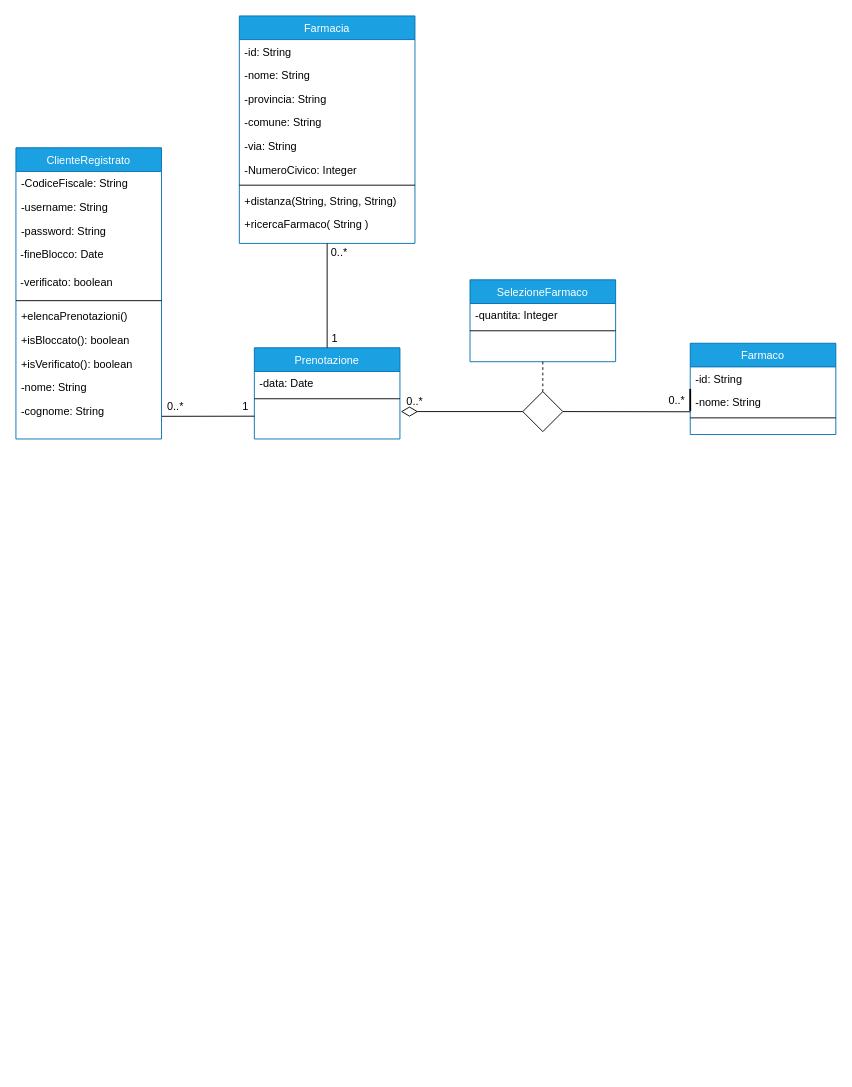
The draw.io diagram page "DominioCliente" (1 of 3) of drawio/DettaglioCliente.drawio in lnwor/farmabyte-doc, before the edit. Source tidied: cells renumbered, new cells numbered last; positions are measured from the earlier drawing's top-left corner, leaving out a move shared by most shapes. Both pictures are drawn from the tidied source at 91%, with x=0, y=0 at pixel (15, 15).
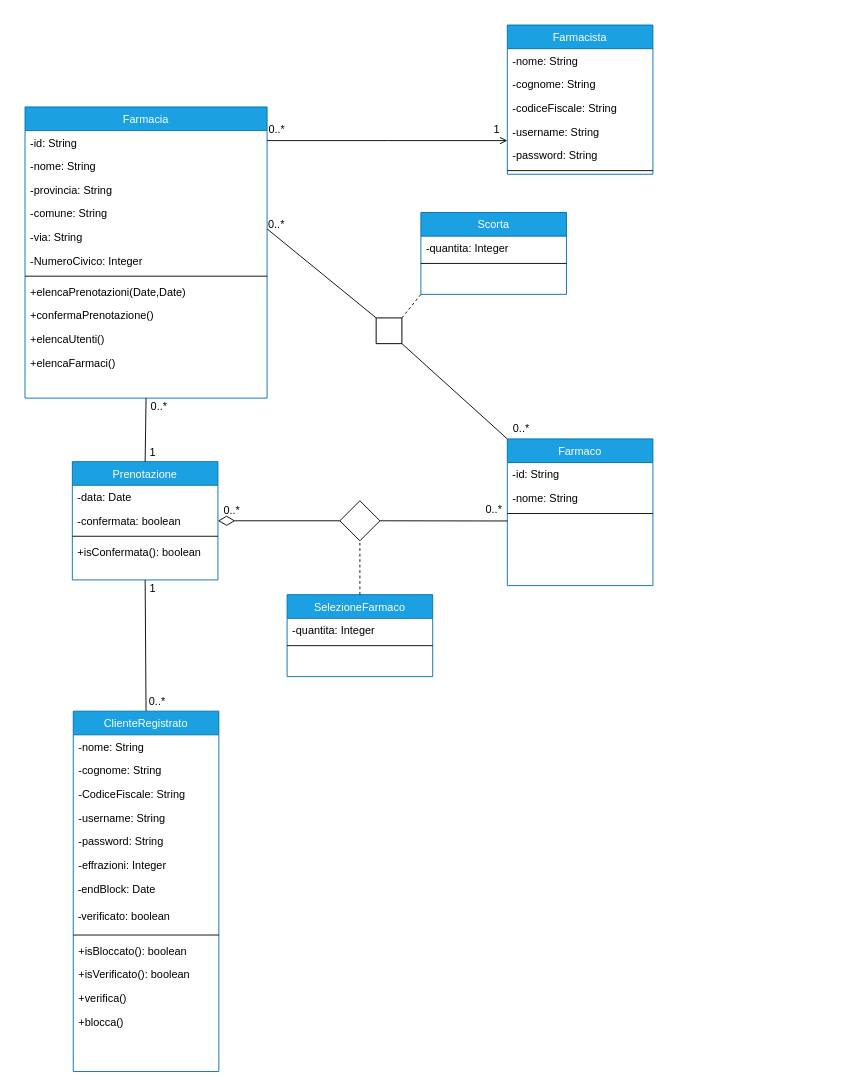
The same diagram, later.

The edit, as a diff of the source:
```diff
@@
     <mxCell id="2" value="Farmacia" style="swimlane;fontStyle=0;align=center;verticalAlign=top;horizontal=1;startSize=26;rounded=0;shadow=0;strokeWidth=1;fillColor=#1ba1e2;strokeColor=#006EAF;fontColor=#ffffff;" parent="1" vertex="1">
-      <mxGeometry x="245.5" width="193" height="250" as="geometry" />
+      <mxGeometry x="10" y="100" width="266" height="320" as="geometry" />
     </mxCell>
     <mxCell id="3" value="-id: String" style="text;align=left;verticalAlign=top;spacingLeft=4;spacingRight=4;overflow=hidden;" parent="2" vertex="1">
-      <mxGeometry y="26" width="193" height="26" as="geometry" />
+      <mxGeometry y="26" width="266" height="26" as="geometry" />
     </mxCell>
-    <mxCell id="4" value="-nome: String&#10;" style="text;align=left;verticalAlign=top;spacingLeft=4;spacingRight=4;overflow=hidden;" parent="2" vertex="1">
-      <mxGeometry y="52" width="193" height="26" as="geometry" />
-    </mxCell>
+    <mxCell id="47" value="-nome: String&#10;" style="text;align=left;verticalAlign=top;spacingLeft=4;spacingRight=4;overflow=hidden;" parent="2" vertex="1">
+      <mxGeometry y="52" width="266" height="26" as="geometry" />
+    </mxCell>
     <mxCell id="5" value="-provincia: String" style="text;align=left;verticalAlign=top;spacingLeft=4;spacingRight=4;overflow=hidden;rounded=0;shadow=0;html=0;" parent="2" vertex="1">
-      <mxGeometry y="78" width="193" height="26" as="geometry" />
+      <mxGeometry y="78" width="266" height="26" as="geometry" />
     </mxCell>
     <mxCell id="6" value="-comune: String" style="text;align=left;verticalAlign=top;spacingLeft=4;spacingRight=4;overflow=hidden;rounded=0;shadow=0;html=0;" parent="2" vertex="1">
-      <mxGeometry y="104" width="193" height="26" as="geometry" />
+      <mxGeometry y="104" width="266" height="26" as="geometry" />
     </mxCell>
     <mxCell id="7" value="-via: String" style="text;align=left;verticalAlign=top;spacingLeft=4;spacingRight=4;overflow=hidden;" parent="2" vertex="1">
-      <mxGeometry y="130" width="193" height="26" as="geometry" />
+      <mxGeometry y="130" width="266" height="26" as="geometry" />
     </mxCell>
     <mxCell id="8" value="-NumeroCivico: Integer" style="text;align=left;verticalAlign=top;spacingLeft=4;spacingRight=4;overflow=hidden;" parent="2" vertex="1">
-      <mxGeometry y="156" width="193" height="26" as="geometry" />
+      <mxGeometry y="156" width="266" height="26" as="geometry" />
     </mxCell>
-    <mxCell id="9" style="line;html=1;strokeWidth=1;align=left;verticalAlign=middle;spacingTop=-1;spacingLeft=3;spacingRight=3;labelPosition=right;" parent="2" vertex="1">
-      <mxGeometry y="182" width="193" height="8" as="geometry" />
-    </mxCell>
-    <mxCell id="10" value="+distanza(String, String, String) " style="text;align=left;verticalAlign=top;spacingLeft=4;spacingRight=4;overflow=hidden;" parent="2" vertex="1">
-      <mxGeometry y="190" width="193" height="26" as="geometry" />
-    </mxCell>
-    <mxCell id="11" value="+ricercaFarmaco( String ) " style="text;align=left;verticalAlign=top;spacingLeft=4;spacingRight=4;overflow=hidden;" parent="2" vertex="1">
-      <mxGeometry y="216" width="193" height="26" as="geometry" />
-    </mxCell>
+    <mxCell id="48" style="line;html=1;strokeWidth=1;align=left;verticalAlign=middle;spacingTop=-1;spacingLeft=3;spacingRight=3;labelPosition=right;" parent="2" vertex="1">
+      <mxGeometry y="182" width="266" height="8" as="geometry" />
+    </mxCell>
+    <mxCell id="49" value="+elencaPrenotazioni(Date,Date)" style="text;align=left;verticalAlign=top;spacingLeft=4;spacingRight=4;overflow=hidden;" parent="2" vertex="1">
+      <mxGeometry y="190" width="266" height="26" as="geometry" />
+    </mxCell>
+    <mxCell id="50" value="+confermaPrenotazione()" style="text;align=left;verticalAlign=top;spacingLeft=4;spacingRight=4;overflow=hidden;" parent="2" vertex="1">
+      <mxGeometry y="216" width="266" height="26" as="geometry" />
+    </mxCell>
+    <mxCell id="51" value="+elencaUtenti()" style="text;align=left;verticalAlign=top;spacingLeft=4;spacingRight=4;overflow=hidden;" parent="2" vertex="1">
+      <mxGeometry y="242" width="266" height="26" as="geometry" />
+    </mxCell>
+    <mxCell id="52" value="+elencaFarmaci()" style="text;align=left;verticalAlign=top;spacingLeft=4;spacingRight=4;overflow=hidden;" parent="2" vertex="1">
+      <mxGeometry y="268" width="266" height="26" as="geometry" />
+    </mxCell>
+    <mxCell id="53" value="Farmacista" style="swimlane;fontStyle=0;align=center;verticalAlign=top;horizontal=1;startSize=26;rounded=0;shadow=0;strokeWidth=1;fillColor=#1ba1e2;strokeColor=#006EAF;fontColor=#ffffff;" parent="1" vertex="1">
+      <mxGeometry x="540" y="10" width="160" height="164" as="geometry" />
+    </mxCell>
+    <mxCell id="54" value="-nome: String" style="text;align=left;verticalAlign=top;spacingLeft=4;spacingRight=4;overflow=hidden;" parent="53" vertex="1">
+      <mxGeometry y="26" width="160" height="26" as="geometry" />
+    </mxCell>
+    <mxCell id="55" value="-cognome: String" style="text;align=left;verticalAlign=top;spacingLeft=4;spacingRight=4;overflow=hidden;rounded=0;shadow=0;html=0;" parent="53" vertex="1">
+      <mxGeometry y="52" width="160" height="26" as="geometry" />
+    </mxCell>
+    <mxCell id="56" value="-codiceFiscale: String" style="text;align=left;verticalAlign=top;spacingLeft=4;spacingRight=4;overflow=hidden;rounded=0;shadow=0;html=0;" parent="53" vertex="1">
+      <mxGeometry y="78" width="160" height="26" as="geometry" />
+    </mxCell>
+    <mxCell id="57" value="-username: String" style="text;align=left;verticalAlign=top;spacingLeft=4;spacingRight=4;overflow=hidden;" parent="53" vertex="1">
+      <mxGeometry y="104" width="160" height="26" as="geometry" />
+    </mxCell>
+    <mxCell id="58" value="-password: String" style="text;align=left;verticalAlign=top;spacingLeft=4;spacingRight=4;overflow=hidden;" parent="53" vertex="1">
+      <mxGeometry y="130" width="160" height="26" as="geometry" />
+    </mxCell>
+    <mxCell id="59" style="line;html=1;strokeWidth=1;align=left;verticalAlign=middle;spacingTop=-1;spacingLeft=3;spacingRight=3;labelPosition=right;" parent="53" vertex="1">
+      <mxGeometry y="156" width="160" height="8" as="geometry" />
+    </mxCell>
+    <mxCell id="60" style="endArrow=open;shadow=0;strokeWidth=1;rounded=0;endFill=1;edgeStyle=elbowEdgeStyle;elbow=vertical;" parent="1" edge="1" source="2" target="53">
+      <mxGeometry x="0.5" y="41" relative="1" as="geometry">
+        <mxPoint x="-40" y="32" as="offset" />
+      </mxGeometry>
+    </mxCell>
+    <mxCell id="61" value="0..*" style="align=left;verticalAlign=bottom;labelBackgroundColor=none;fontSize=12;" parent="60" vertex="1">
+      <mxGeometry x="-1" relative="1" as="geometry">
+        <mxPoint y="-4" as="offset" />
+      </mxGeometry>
+    </mxCell>
+    <mxCell id="62" value="1" style="align=right;verticalAlign=bottom;labelBackgroundColor=none;fontSize=12;" parent="60" vertex="1">
+      <mxGeometry x="1" relative="1" as="geometry">
+        <mxPoint x="-7" y="-4" as="offset" />
+      </mxGeometry>
+    </mxCell>
     <mxCell id="12" value="Farmaco" style="swimlane;fontStyle=0;align=center;verticalAlign=top;horizontal=1;startSize=26;rounded=0;shadow=0;strokeWidth=1;fillColor=#1ba1e2;strokeColor=#006EAF;fontColor=#ffffff;" parent="1" vertex="1">
-      <mxGeometry x="741" y="359.7" width="160" height="100.3" as="geometry" />
+      <mxGeometry x="540" y="464.8" width="160" height="161.2" as="geometry" />
     </mxCell>
@@
-    <mxCell id="15" style="line;html=1;strokeWidth=1;align=left;verticalAlign=middle;spacingTop=-1;spacingLeft=3;spacingRight=3;labelPosition=right;" parent="12" vertex="1">
-      <mxGeometry y="78" width="160" height="8" as="geometry" />
-    </mxCell>
+    <mxCell id="63" style="line;html=1;strokeWidth=1;align=left;verticalAlign=middle;spacingTop=-1;spacingLeft=3;spacingRight=3;labelPosition=right;" parent="12" vertex="1">
+      <mxGeometry y="78" width="160" height="8" as="geometry" />
+    </mxCell>
     <mxCell id="16" value="Prenotazione" style="swimlane;fontStyle=0;align=center;verticalAlign=top;horizontal=1;startSize=26;rounded=0;shadow=0;strokeWidth=1;fillColor=#1ba1e2;strokeColor=#006EAF;fontColor=#ffffff;" parent="1" vertex="1">
-      <mxGeometry x="262" y="364.7" width="160" height="100.2" as="geometry" />
+      <mxGeometry x="62" y="489.8" width="160" height="130" as="geometry" />
     </mxCell>
@@
-    <mxCell id="18" style="line;html=1;strokeWidth=1;align=left;verticalAlign=middle;spacingTop=-1;spacingLeft=3;spacingRight=3;labelPosition=right;" parent="16" vertex="1">
-      <mxGeometry y="52" width="160" height="8" as="geometry" />
-    </mxCell>
+    <mxCell id="64" value="-confermata: boolean" style="text;align=left;verticalAlign=top;spacingLeft=4;spacingRight=4;overflow=hidden;" parent="16" vertex="1">
+      <mxGeometry y="52" width="160" height="26" as="geometry" />
+    </mxCell>
+    <mxCell id="65" style="line;html=1;strokeWidth=1;align=left;verticalAlign=middle;spacingTop=-1;spacingLeft=3;spacingRight=3;labelPosition=right;" parent="16" vertex="1">
+      <mxGeometry y="78" width="160" height="8" as="geometry" />
+    </mxCell>
+    <mxCell id="66" value="+isConfermata(): boolean" style="text;align=left;verticalAlign=top;spacingLeft=4;spacingRight=4;overflow=hidden;" parent="16" vertex="1">
+      <mxGeometry y="86" width="160" height="26" as="geometry" />
+    </mxCell>
@@
-    <mxCell id="20" style="endArrow=none;html=1;endFill=0;entryX=0;entryY=0.75;entryDx=0;entryDy=0;" parent="1" edge="1" target="16">
-      <mxGeometry relative="1" as="geometry">
-        <mxPoint x="160" y="440" as="sourcePoint" />
-      </mxGeometry>
-    </mxCell>
-    <mxCell id="21" style="endArrow=none;html=1;exitX=1;exitY=0.5;exitDx=0;exitDy=0;entryX=0;entryY=0.5;entryDx=0;entryDy=0;endFill=0;startSize=12;strokeWidth=2;startArrow=none;startFill=0;" parent="1" edge="1" target="12">
-      <mxGeometry relative="1" as="geometry">
-        <mxPoint x="741" y="434" as="sourcePoint" />
-      </mxGeometry>
-    </mxCell>
-    <mxCell id="22" value="1" style="text;html=1;align=center;verticalAlign=middle;strokeColor=none;" parent="1" vertex="1">
-      <mxGeometry x="340" y="344.7" width="20" height="20" as="geometry" />
-    </mxCell>
-    <mxCell id="23" value="1" style="text;html=1;align=center;verticalAlign=middle;strokeColor=none;" parent="1" vertex="1">
-      <mxGeometry x="242" y="420" width="20" height="20" as="geometry" />
-    </mxCell>
-    <mxCell id="24" value="0..*" style="text;html=1;align=center;verticalAlign=middle;strokeColor=none;" parent="1" vertex="1">
-      <mxGeometry x="160" y="420" width="30" height="20" as="geometry" />
-    </mxCell>
-    <mxCell id="25" value="0..*" style="text;html=1;align=center;verticalAlign=middle;strokeColor=none;" parent="1" vertex="1">
-      <mxGeometry x="423" y="414" width="30" height="20" as="geometry" />
-    </mxCell>
+    <mxCell id="67" style="endArrow=none;html=1;exitX=0.5;exitY=0;exitDx=0;exitDy=0;entryX=0.5;entryY=1;entryDx=0;entryDy=0;endFill=0;" parent="1" edge="1" source="26" target="16">
+      <mxGeometry relative="1" as="geometry" />
+    </mxCell>
+    <mxCell id="68" value="0..*" style="text;html=1;align=center;verticalAlign=middle;strokeColor=none;" parent="1" vertex="1">
+      <mxGeometry x="271" y="220" width="30" height="20" as="geometry" />
+    </mxCell>
+    <mxCell id="69" value="1" style="text;html=1;align=center;verticalAlign=middle;strokeColor=none;" parent="1" vertex="1">
+      <mxGeometry x="140" y="469.8" width="20" height="20" as="geometry" />
+    </mxCell>
+    <mxCell id="70" value="0..*" style="text;html=1;align=center;verticalAlign=middle;strokeColor=none;" parent="1" vertex="1">
+      <mxGeometry x="142" y="420" width="30" height="20" as="geometry" />
+    </mxCell>
+    <mxCell id="71" value="1" style="text;html=1;align=center;verticalAlign=middle;strokeColor=none;" parent="1" vertex="1">
+      <mxGeometry x="140" y="619.8" width="20" height="20" as="geometry" />
+    </mxCell>
+    <mxCell id="72" value="0..*" style="text;html=1;align=center;verticalAlign=middle;strokeColor=none;" parent="1" vertex="1">
+      <mxGeometry x="140" y="744" width="30" height="20" as="geometry" />
+    </mxCell>
+    <mxCell id="73" value="0..*" style="text;html=1;align=center;verticalAlign=middle;strokeColor=none;" parent="1" vertex="1">
+      <mxGeometry x="222" y="534" width="30" height="20" as="geometry" />
+    </mxCell>
     <mxCell id="26" value="ClienteRegistrato" style="swimlane;fontStyle=0;align=center;verticalAlign=top;horizontal=1;startSize=26;rounded=0;shadow=0;strokeWidth=1;fillColor=#1ba1e2;strokeColor=#006EAF;fontColor=#ffffff;" parent="1" vertex="1">
-      <mxGeometry y="144.9" width="160" height="320" as="geometry" />
+      <mxGeometry x="63" y="764" width="160" height="396" as="geometry" />
     </mxCell>
+    <mxCell id="74" value="-nome: String&#10;" style="text;align=left;verticalAlign=top;spacingLeft=4;spacingRight=4;overflow=hidden;" parent="26" vertex="1">
+      <mxGeometry y="26" width="160" height="26" as="geometry" />
+    </mxCell>
+    <mxCell id="37" value="-cognome: String" style="text;align=left;verticalAlign=top;spacingLeft=4;spacingRight=4;overflow=hidden;" parent="26" vertex="1">
+      <mxGeometry y="52" width="160" height="26" as="geometry" />
+    </mxCell>
     <mxCell id="27" value="-CodiceFiscale: String" style="text;align=left;verticalAlign=top;spacingLeft=4;spacingRight=4;overflow=hidden;" parent="26" vertex="1">
-      <mxGeometry y="26" width="160" height="26" as="geometry" />
+      <mxGeometry y="78" width="160" height="26" as="geometry" />
     </mxCell>
-    <mxCell id="28" value="-username: String" style="text;align=left;verticalAlign=top;spacingLeft=4;spacingRight=4;overflow=hidden;" parent="26" vertex="1">
-      <mxGeometry y="52" width="160" height="26" as="geometry" />
-    </mxCell>
-    <mxCell id="29" value="-password: String" style="text;align=left;verticalAlign=top;spacingLeft=4;spacingRight=4;overflow=hidden;" parent="26" vertex="1">
-      <mxGeometry y="78" width="160" height="26" as="geometry" />
-    </mxCell>
-    <mxCell id="30" value="&lt;font face=&quot;helvetica&quot;&gt;&amp;nbsp;-fineBlocco: Date&lt;/font&gt;" style="text;whiteSpace=wrap;html=1;" parent="26" vertex="1">
-      <mxGeometry y="104" width="160" height="30" as="geometry" />
-    </mxCell>
+    <mxCell id="75" value="-username: String" style="text;align=left;verticalAlign=top;spacingLeft=4;spacingRight=4;overflow=hidden;" parent="26" vertex="1">
+      <mxGeometry y="104" width="160" height="26" as="geometry" />
+    </mxCell>
+    <mxCell id="76" value="-password: String" style="text;align=left;verticalAlign=top;spacingLeft=4;spacingRight=4;overflow=hidden;" parent="26" vertex="1">
+      <mxGeometry y="130" width="160" height="26" as="geometry" />
+    </mxCell>
+    <mxCell id="77" value="-effrazioni: Integer" style="text;align=left;verticalAlign=top;spacingLeft=4;spacingRight=4;overflow=hidden;" parent="26" vertex="1">
+      <mxGeometry y="156" width="160" height="26" as="geometry" />
+    </mxCell>
+    <mxCell id="78" value="&lt;font face=&quot;helvetica&quot;&gt;&amp;nbsp;-endBlock: Date&lt;/font&gt;" style="text;whiteSpace=wrap;html=1;" parent="26" vertex="1">
+      <mxGeometry y="182" width="160" height="30" as="geometry" />
+    </mxCell>
     <mxCell id="31" value="&lt;font face=&quot;helvetica&quot;&gt;&amp;nbsp;-verificato: boolean&lt;/font&gt;" style="text;whiteSpace=wrap;html=1;" parent="26" vertex="1">
-      <mxGeometry y="134" width="160" height="30" as="geometry" />
+      <mxGeometry y="212" width="160" height="30" as="geometry" />
     </mxCell>
-    <mxCell id="32" style="line;html=1;strokeWidth=1;align=left;verticalAlign=middle;spacingTop=-1;spacingLeft=3;spacingRight=3;labelPosition=right;" parent="26" vertex="1">
-      <mxGeometry y="164" width="160" height="8" as="geometry" />
-    </mxCell>
-    <mxCell id="33" value="+elencaPrenotazioni()" style="text;align=left;verticalAlign=top;spacingLeft=4;spacingRight=4;overflow=hidden;" parent="26" vertex="1">
-      <mxGeometry y="172" width="160" height="26" as="geometry" />
-    </mxCell>
+    <mxCell id="79" style="line;html=1;strokeWidth=1;align=left;verticalAlign=middle;spacingTop=-1;spacingLeft=3;spacingRight=3;labelPosition=right;" parent="26" vertex="1">
+      <mxGeometry y="242" width="160" height="8" as="geometry" />
+    </mxCell>
     <mxCell id="34" value="+isBloccato(): boolean" style="text;align=left;verticalAlign=top;spacingLeft=4;spacingRight=4;overflow=hidden;" parent="26" vertex="1">
-      <mxGeometry y="198" width="160" height="26" as="geometry" />
+      <mxGeometry y="250" width="160" height="26" as="geometry" />
     </mxCell>
     <mxCell id="35" value="+isVerificato(): boolean" style="text;align=left;verticalAlign=top;spacingLeft=4;spacingRight=4;overflow=hidden;" parent="26" vertex="1">
-      <mxGeometry y="224" width="160" height="26" as="geometry" />
+      <mxGeometry y="276" width="160" height="26" as="geometry" />
     </mxCell>
-    <mxCell id="36" value="-nome: String&#10;" style="text;align=left;verticalAlign=top;spacingLeft=4;spacingRight=4;overflow=hidden;" parent="26" vertex="1">
-      <mxGeometry y="250" width="160" height="26" as="geometry" />
-    </mxCell>
-    <mxCell id="37" value="-cognome: String" style="text;align=left;verticalAlign=top;spacingLeft=4;spacingRight=4;overflow=hidden;" parent="26" vertex="1">
-      <mxGeometry y="276" width="160" height="30" as="geometry" />
-    </mxCell>
-    <mxCell id="38" style="endArrow=none;html=1;exitX=1;exitY=0.5;exitDx=0;exitDy=0;endFill=0;startSize=16;strokeWidth=1;startArrow=none;startFill=0;" parent="1" edge="1" source="42">
-      <mxGeometry relative="1" as="geometry">
-        <mxPoint x="741" y="435" as="targetPoint" />
-      </mxGeometry>
-    </mxCell>
+    <mxCell id="80" value="+verifica()" style="text;align=left;verticalAlign=top;spacingLeft=4;spacingRight=4;overflow=hidden;" parent="26" vertex="1">
+      <mxGeometry y="302" width="160" height="26" as="geometry" />
+    </mxCell>
+    <mxCell id="81" value="+blocca()" style="text;align=left;verticalAlign=top;spacingLeft=4;spacingRight=4;overflow=hidden;" parent="26" vertex="1">
+      <mxGeometry y="328" width="160" height="26" as="geometry" />
+    </mxCell>
+    <mxCell id="82" style="endArrow=none;html=1;entryX=0;entryY=0;entryDx=0;entryDy=0;endFill=0;startArrow=none;exitX=1;exitY=0.5;exitDx=0;exitDy=0;" parent="1" edge="1" source="94" target="12">
+      <mxGeometry relative="1" as="geometry" />
+    </mxCell>
+    <mxCell id="83" style="endArrow=none;html=1;exitX=1;exitY=0.5;exitDx=0;exitDy=0;endFill=0;startSize=16;strokeWidth=1;startArrow=none;startFill=0;" parent="1" edge="1" source="90">
+      <mxGeometry relative="1" as="geometry">
+        <mxPoint x="540" y="555" as="targetPoint" />
+      </mxGeometry>
+    </mxCell>
+    <mxCell id="84" value="0..*" style="text;html=1;align=center;verticalAlign=middle;strokeColor=none;" parent="1" vertex="1">
+      <mxGeometry x="540" y="444" width="30" height="20" as="geometry" />
+    </mxCell>
+    <mxCell id="85" value="Scorta" style="swimlane;fontStyle=0;align=center;verticalAlign=top;horizontal=1;startSize=26;rounded=0;shadow=0;strokeWidth=1;fillColor=#1ba1e2;strokeColor=#006EAF;fontColor=#ffffff;" parent="1" vertex="1">
+      <mxGeometry x="445" y="216" width="160" height="90" as="geometry" />
+    </mxCell>
+    <mxCell id="86" value="-quantita: Integer" style="text;align=left;verticalAlign=top;spacingLeft=4;spacingRight=4;overflow=hidden;" parent="85" vertex="1">
+      <mxGeometry y="26" width="160" height="26" as="geometry" />
+    </mxCell>
+    <mxCell id="87" style="line;html=1;strokeWidth=1;align=left;verticalAlign=middle;spacingTop=-1;spacingLeft=3;spacingRight=3;labelPosition=right;" parent="85" vertex="1">
+      <mxGeometry y="52" width="160" height="8" as="geometry" />
+    </mxCell>
     <mxCell id="39" value="SelezioneFarmaco" style="swimlane;fontStyle=0;align=center;verticalAlign=top;horizontal=1;startSize=26;rounded=0;shadow=0;strokeWidth=1;fillColor=#1ba1e2;strokeColor=#006EAF;fontColor=#ffffff;" parent="1" vertex="1">
-      <mxGeometry x="499" y="290" width="160" height="90" as="geometry" />
+      <mxGeometry x="298" y="636" width="160" height="90" as="geometry" />
     </mxCell>
-    <mxCell id="40" value="-quantita: Integer" style="text;align=left;verticalAlign=top;spacingLeft=4;spacingRight=4;overflow=hidden;" parent="39" vertex="1">
-      <mxGeometry y="26" width="160" height="26" as="geometry" />
-    </mxCell>
-    <mxCell id="41" style="line;html=1;strokeWidth=1;align=left;verticalAlign=middle;spacingTop=-1;spacingLeft=3;spacingRight=3;labelPosition=right;" parent="39" vertex="1">
-      <mxGeometry y="52" width="160" height="8" as="geometry" />
-    </mxCell>
-    <mxCell id="42" style="rhombus;whiteSpace=wrap;html=1;rotation=0;" parent="1" vertex="1">
-      <mxGeometry x="557" y="412.8" width="44" height="44" as="geometry" />
-    </mxCell>
-    <mxCell id="43" style="endArrow=none;html=1;exitX=1;exitY=0.5;exitDx=0;exitDy=0;entryX=0;entryY=0.5;entryDx=0;entryDy=0;endFill=0;startSize=16;sourcePerimeterSpacing=0;strokeWidth=1;startArrow=diamondThin;startFill=0;" parent="1" edge="1" target="42">
-      <mxGeometry relative="1" as="geometry">
-        <mxPoint x="423" y="434.8" as="sourcePoint" />
-      </mxGeometry>
-    </mxCell>
-    <mxCell id="44" style="endArrow=none;html=1;startSize=16;sourcePerimeterSpacing=0;strokeWidth=1;dashed=1;exitX=0.5;exitY=1;exitDx=0;exitDy=0;" parent="1" edge="1" source="39" target="42">
-      <mxGeometry relative="1" as="geometry" />
-    </mxCell>
-    <mxCell id="45" value="0..*" style="text;html=1;align=center;verticalAlign=middle;strokeColor=none;" parent="1" vertex="1">
-      <mxGeometry x="711" y="412.8" width="30" height="20" as="geometry" />
-    </mxCell>
-    <mxCell id="46" value="0..*" style="text;html=1;align=center;verticalAlign=middle;strokeColor=none;" parent="1" vertex="1">
-      <mxGeometry x="340" y="250" width="30" height="20" as="geometry" />
-    </mxCell>
+    <mxCell id="88" value="-quantita: Integer" style="text;align=left;verticalAlign=top;spacingLeft=4;spacingRight=4;overflow=hidden;" parent="39" vertex="1">
+      <mxGeometry y="26" width="160" height="26" as="geometry" />
+    </mxCell>
+    <mxCell id="89" style="line;html=1;strokeWidth=1;align=left;verticalAlign=middle;spacingTop=-1;spacingLeft=3;spacingRight=3;labelPosition=right;" parent="39" vertex="1">
+      <mxGeometry y="52" width="160" height="8" as="geometry" />
+    </mxCell>
+    <mxCell id="90" style="rhombus;whiteSpace=wrap;html=1;rotation=0;" parent="1" vertex="1">
+      <mxGeometry x="356" y="532.8" width="44" height="44" as="geometry" />
+    </mxCell>
+    <mxCell id="91" style="endArrow=none;html=1;exitX=1;exitY=0.5;exitDx=0;exitDy=0;entryX=0;entryY=0.5;entryDx=0;entryDy=0;endFill=0;startSize=16;sourcePerimeterSpacing=0;strokeWidth=1;startArrow=diamondThin;startFill=0;" parent="1" edge="1" source="16" target="90">
+      <mxGeometry relative="1" as="geometry" />
+    </mxCell>
+    <mxCell id="92" style="endArrow=none;html=1;startSize=16;sourcePerimeterSpacing=0;strokeWidth=1;exitX=0.5;exitY=0;exitDx=0;exitDy=0;dashed=1;" parent="1" edge="1" source="39" target="90">
+      <mxGeometry relative="1" as="geometry" />
+    </mxCell>
+    <mxCell id="93" style="endArrow=none;html=1;startSize=16;sourcePerimeterSpacing=0;strokeWidth=1;entryX=0;entryY=1;entryDx=0;entryDy=0;exitX=0.5;exitY=0;exitDx=0;exitDy=0;dashed=1;" parent="1" edge="1" source="94" target="85">
+      <mxGeometry relative="1" as="geometry" />
+    </mxCell>
+    <mxCell id="94" style="rhombus;whiteSpace=wrap;html=1;rotation=45;" parent="1" vertex="1">
+      <mxGeometry x="390" y="326" width="40" height="40" as="geometry" />
+    </mxCell>
+    <mxCell id="95" style="endArrow=none;html=1;entryX=0;entryY=0.5;entryDx=0;entryDy=0;endFill=0;" parent="1" edge="1" target="94">
+      <mxGeometry relative="1" as="geometry">
+        <mxPoint x="276" y="234" as="sourcePoint" />
+      </mxGeometry>
+    </mxCell>
+    <mxCell id="96" value="0..*" style="text;html=1;align=center;verticalAlign=middle;strokeColor=none;" parent="1" vertex="1">
+      <mxGeometry x="510" y="532.8" width="30" height="20" as="geometry" />
+    </mxCell>
```
